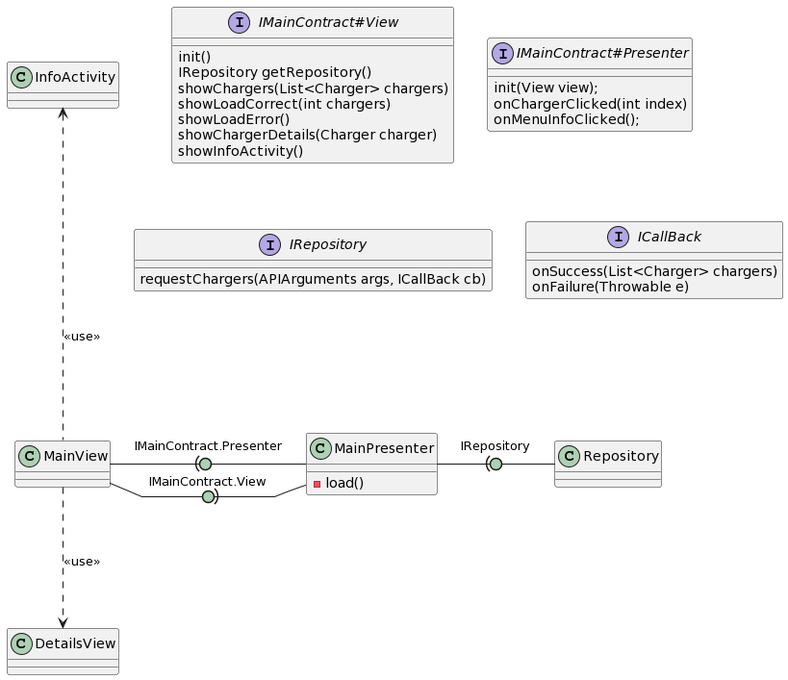
This is Docs/Models/Arquitectura.png from isunican/App-CarChargers-Grupo3, a PlantUML export, as it was before one commit. Source of this version:
```plantuml
@startuml
skinparam linetype polyline
skinparam arrowLollipopColor #ADD1B2

MainView -right(0- MainPresenter : IMainContract.Presenter
MainView -right0)- MainPresenter : IMainContract.View
MainView -up..-> InfoActivity : <<use>>
MainView -down..> DetailsView : <<use>>
MainPresenter -right(0- Repository : IRepository

MainPresenter : -load()

together {
  interface IMainContract#View
  interface IMainContract#Presenter
  interface IRepository
  interface ICallBack
}

interface IMainContract#View {
    init()
    IRepository getRepository()
    showChargers(List<Charger> chargers)
    showLoadCorrect(int chargers)
    showLoadError()
    showChargerDetails(Charger charger)
    showInfoActivity()
}

interface IMainContract#Presenter {
   init(View view);
   onChargerClicked(int index)
   onMenuInfoClicked();
}

interface IRepository {
    requestChargers(APIArguments args, ICallBack cb)
}

interface ICallBack {
    onSuccess(List<Charger> chargers)
    onFailure(Throwable e)
}
@enduml
```
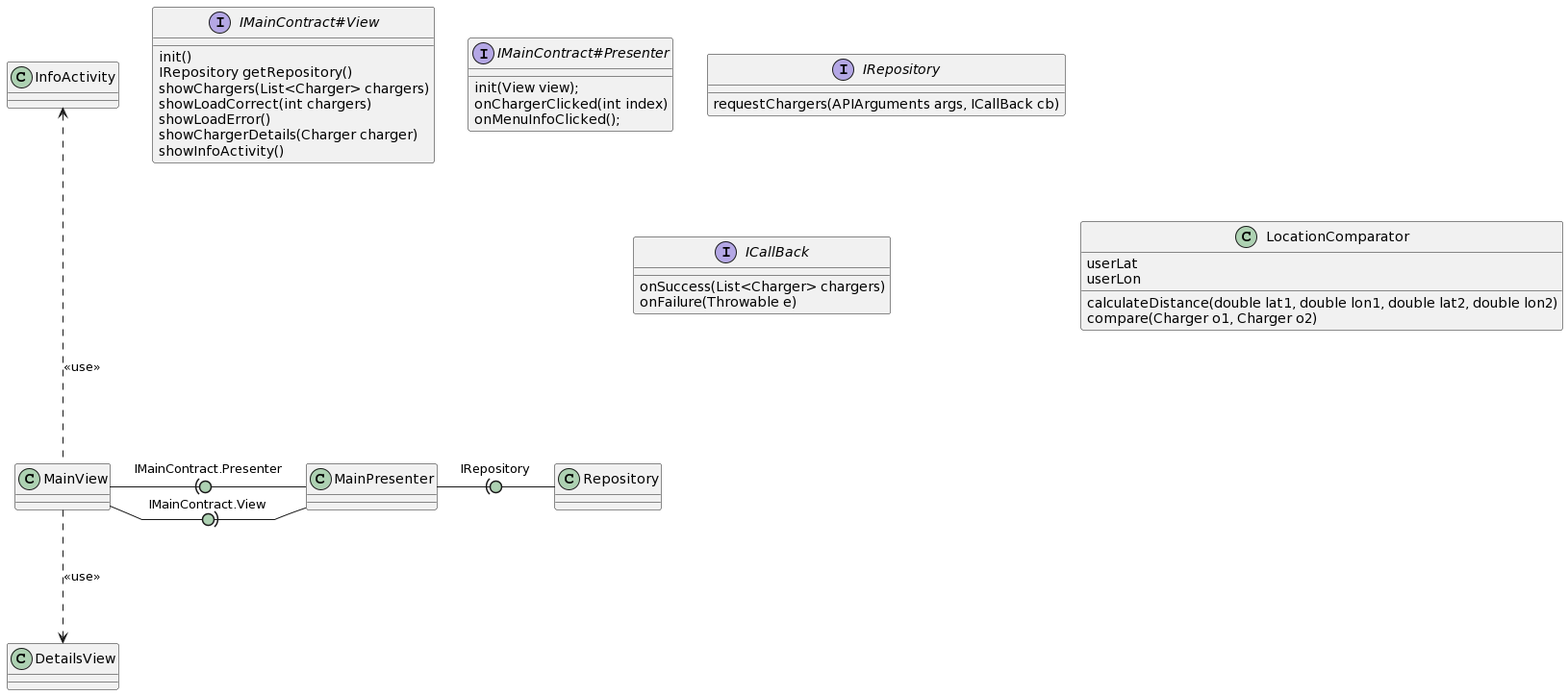
Later version of the same file.

Commit message:
Actualizacion de arquitectura

Change to the diagram source:
```diff
@@ -7,8 +7,6 @@
 MainView -up..-> InfoActivity : <<use>>
 MainView -down..> DetailsView : <<use>>
 MainPresenter -right(0- Repository : IRepository
-
-MainPresenter : -load()
 
 together {
   interface IMainContract#View
@@ -41,4 +39,10 @@
     onSuccess(List<Charger> chargers)
     onFailure(Throwable e)
 }
+class LocationComparator {
+    userLat
+    userLon
+    calculateDistance(double lat1, double lon1, double lat2, double lon2)
+    compare(Charger o1, Charger o2)
+}
 @enduml
```
